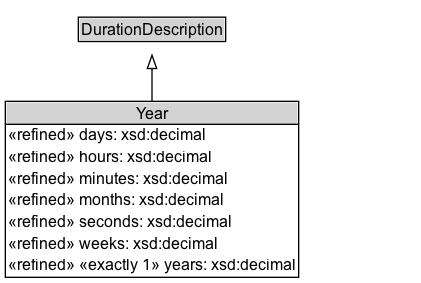
ISO-TC204/ontology-import-time keeps this Graphviz diagram as docs/diagrams/Year.dot.png. Above is the earlier version. Its source is kept beside it as docs/diagrams/Year.dot.
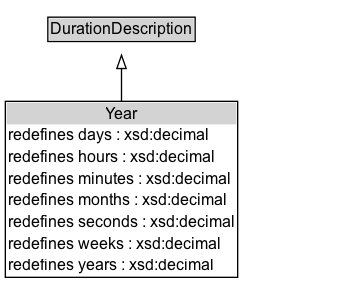
Later version of the same file.

What changed in the source:
```diff
@@ -3,13 +3,16 @@
 	node [fontname=Arial fontsize=12 margin=0 shape=none]
 	edge [fontname=Arial fontsize=11]
 	{
+		rank=source
+		DurationDescription [label=<<TABLE BORDER="1" CELLBORDER="0" CELLSPACING="0" CELLPADDING="1"><TR><TD BGCOLOR="lightgray" ALIGN="CENTER">DurationDescription</TD></TR></TABLE>> URL="../DurationDescription" margin=0]
+	}
+	Year [label=<<TABLE BORDER="1" CELLBORDER="0" CELLSPACING="0" CELLPADDING="1"><TR><TD BGCOLOR="lightgray" ALIGN="CENTER">Year</TD></TR><TR><TD ALIGN="LEFT">redefines days : xsd:decimal</TD></TR><TR><TD ALIGN="LEFT">redefines hours : xsd:decimal</TD></TR><TR><TD ALIGN="LEFT">redefines minutes : xsd:decimal</TD></TR><TR><TD ALIGN="LEFT">redefines months : xsd:decimal</TD></TR><TR><TD ALIGN="LEFT">redefines seconds : xsd:decimal</TD></TR><TR><TD ALIGN="LEFT">redefines weeks : xsd:decimal</TD></TR><TR><TD ALIGN="LEFT">redefines years : xsd:decimal</TD></TR></TABLE>> URL="../Year" margin=0]
+	{
 		rank=max
-		Year [label=<<TABLE BORDER="1" CELLBORDER="0" CELLSPACING="0" CELLPADDING="1"><TR><TD BGCOLOR="lightgray" ALIGN="CENTER" PORT="e">Year</TD></TR><HR/><TR><TD ALIGN="LEFT">«refined» days: xsd:decimal</TD></TR><TR><TD ALIGN="LEFT">«refined» hours: xsd:decimal</TD></TR><TR><TD ALIGN="LEFT">«refined» minutes: xsd:decimal</TD></TR><TR><TD ALIGN="LEFT">«refined» months: xsd:decimal</TD></TR><TR><TD ALIGN="LEFT">«refined» seconds: xsd:decimal</TD></TR><TR><TD ALIGN="LEFT">«refined» weeks: xsd:decimal</TD></TR><TR><TD ALIGN="LEFT">«refined» «exactly 1» years: xsd:decimal</TD></TR></TABLE>> URL="../Year" margin=0]
 	}
 	subgraph cluster_associated {
 		label="" style=invis
 		Invis [label=<<TABLE BORDER="0" CELLBORDER="0" CELLSPACING="0" CELLPADDING="1"><TR><TD></TD></TR></TABLE>> margin=0 style=invis]
 	}
-	DurationDescription [label=<<TABLE BORDER="1" CELLBORDER="0" CELLSPACING="0" CELLPADDING="1"><TR><TD BGCOLOR="lightgray" ALIGN="CENTER">DurationDescription</TD></TR></TABLE>> URL="../DurationDescription" margin=0]
 	Year -> DurationDescription [arrowhead=onormal style=solid]
 }
```
